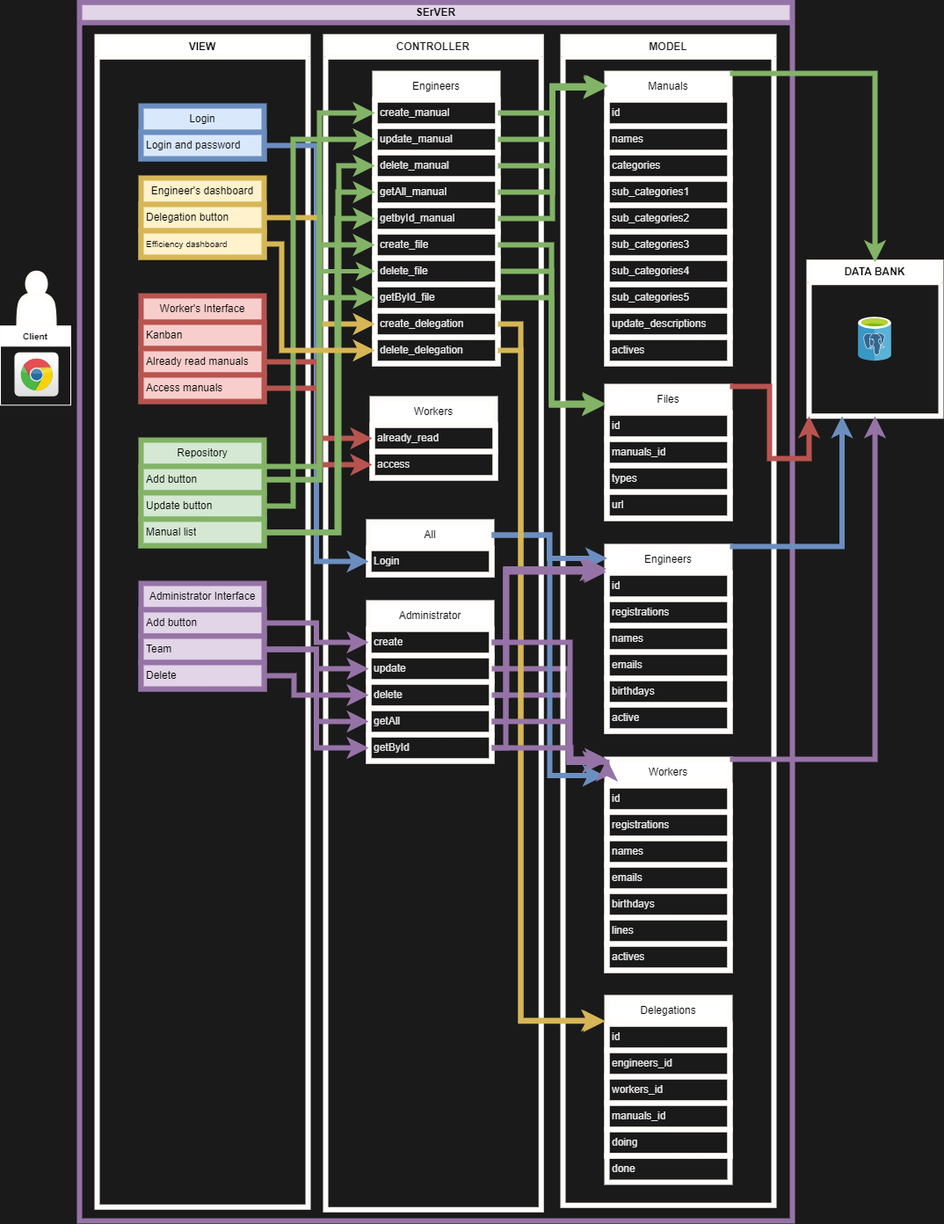
Earlier version of the draw.io export assets/arquitetura-mvc.png (Lucas-nepomuceno/arquitetura-dellaware). Source tidied: cells renumbered, new cells last; positions are measured from the earlier drawing's top-left corner, leaving out a move shared by most shapes.
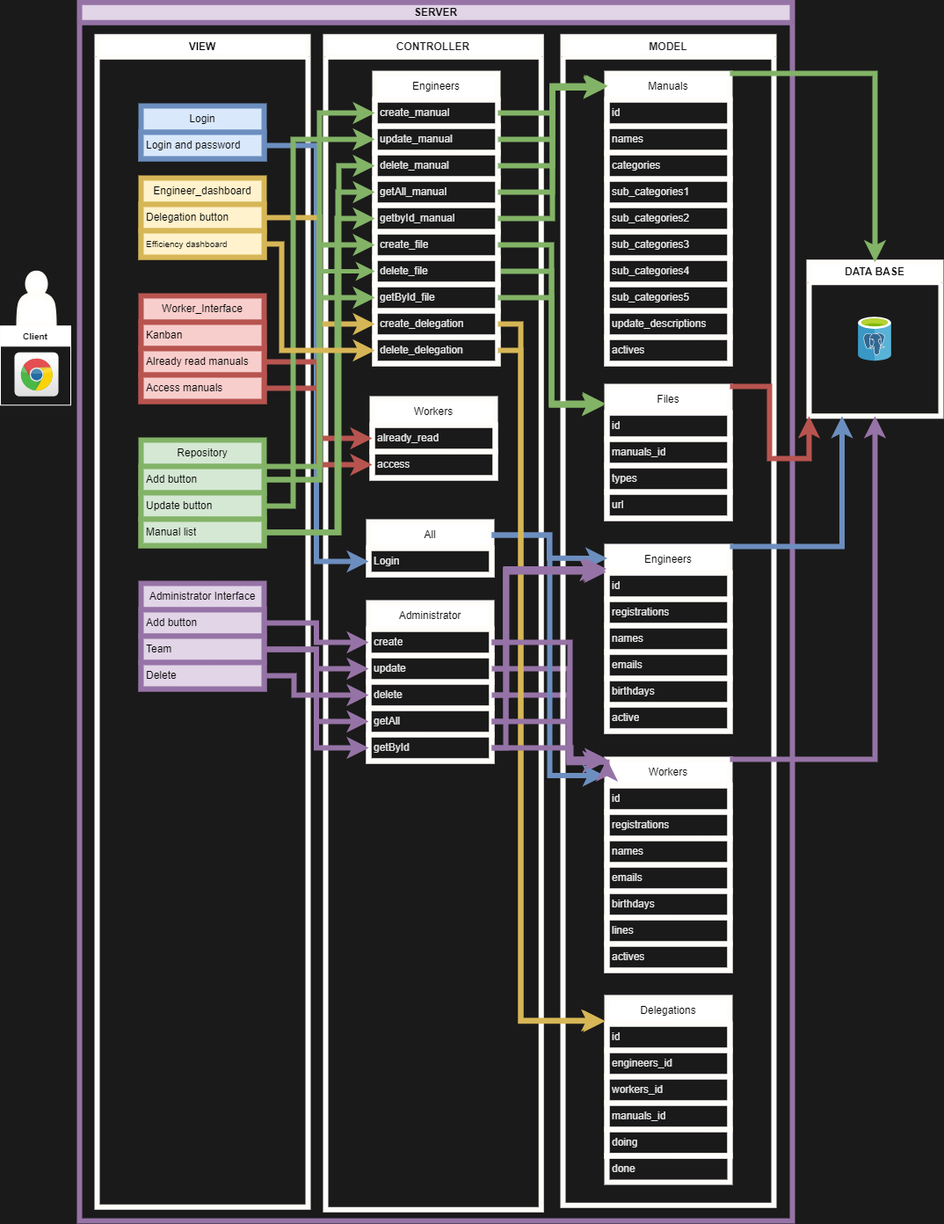
After the commit.

The edit, as a diff of the source:
```diff
@@ -11,7 +11,7 @@
     <mxCell id="4" value="&lt;font style=&quot;font-size: 10px;&quot;&gt;Client&lt;/font&gt;" style="swimlane;whiteSpace=wrap;html=1;strokeColor=#fffdfa;" parent="1" vertex="1">
       <mxGeometry y="368.2" width="80" height="90" as="geometry" />
     </mxCell>
-    <mxCell id="5" value="SErVER" style="swimlane;whiteSpace=wrap;html=1;strokeColor=#9673a6;strokeWidth=6;fillColor=#e1d5e7;" parent="1" vertex="1">
+    <mxCell id="5" value="SERVER" style="swimlane;whiteSpace=wrap;html=1;strokeColor=#9673a6;strokeWidth=6;fillColor=#e1d5e7;" parent="1" vertex="1">
       <mxGeometry x="90" y="0.2" width="811" height="1385.8" as="geometry" />
     </mxCell>
     <mxCell id="6" value="VIEW" style="swimlane;whiteSpace=wrap;html=1;strokeColor=#fffdfa;strokeWidth=6;" parent="5" vertex="1">
@@ -23,7 +23,7 @@
     <mxCell id="8" value="Login and password" style="text;strokeColor=#6c8ebf;fillColor=#dae8fc;align=left;verticalAlign=middle;spacingLeft=4;spacingRight=4;overflow=hidden;points=[[0,0.5],[1,0.5]];portConstraint=eastwest;whiteSpace=wrap;html=1;strokeWidth=6;" parent="7" vertex="1">
       <mxGeometry y="30" width="140" height="30" as="geometry" />
     </mxCell>
-    <mxCell id="9" value="Engineer's dashboard" style="swimlane;fontStyle=0;horizontal=1;startSize=30;whiteSpace=wrap;html=1;strokeColor=#d6b656;strokeWidth=6;fillColor=#fff2cc;" parent="6" vertex="1">
+    <mxCell id="9" value="Engineer_dashboard" style="swimlane;fontStyle=0;horizontal=1;startSize=30;whiteSpace=wrap;html=1;strokeColor=#d6b656;strokeWidth=6;fillColor=#fff2cc;" parent="6" vertex="1">
       <mxGeometry x="50" y="160.8" width="140" height="90" as="geometry" />
     </mxCell>
     <mxCell id="10" value="Delegation button" style="text;strokeColor=#d6b656;fillColor=#fff2cc;align=left;verticalAlign=middle;spacingLeft=4;spacingRight=4;overflow=hidden;points=[[0,0.5],[1,0.5]];portConstraint=eastwest;whiteSpace=wrap;html=1;strokeWidth=6;" parent="9" vertex="1">
@@ -32,7 +32,7 @@
     <mxCell id="11" value="Efficiency dashboard" style="text;strokeColor=#d6b656;fillColor=#fff2cc;align=left;verticalAlign=middle;spacingLeft=4;spacingRight=4;overflow=hidden;points=[[0,0.5],[1,0.5]];portConstraint=eastwest;whiteSpace=wrap;html=1;strokeWidth=6;fontSize=10;" parent="9" vertex="1">
       <mxGeometry y="60" width="140" height="30" as="geometry" />
     </mxCell>
-    <mxCell id="12" value="Worker's Interface" style="swimlane;fontStyle=0;horizontal=1;startSize=30;whiteSpace=wrap;html=1;strokeColor=#b85450;strokeWidth=6;fillColor=#f8cecc;" parent="6" vertex="1">
+    <mxCell id="12" value="Worker_Interface" style="swimlane;fontStyle=0;horizontal=1;startSize=30;whiteSpace=wrap;html=1;strokeColor=#b85450;strokeWidth=6;fillColor=#f8cecc;" parent="6" vertex="1">
       <mxGeometry x="50" y="294.8" width="140" height="120" as="geometry" />
     </mxCell>
     <mxCell id="13" value="Kanban" style="text;strokeColor=#b85450;fillColor=#f8cecc;align=left;verticalAlign=middle;spacingLeft=4;spacingRight=4;overflow=hidden;whiteSpace=wrap;html=1;strokeWidth=6;" parent="12" vertex="1">
@@ -494,7 +494,7 @@
         </Array>
       </mxGeometry>
     </mxCell>
-    <mxCell id="126" value="DATA BANK" style="swimlane;whiteSpace=wrap;html=1;strokeColor=#fffdfa;strokeWidth=6;" parent="1" vertex="1">
+    <mxCell id="126" value="DATA BASE" style="swimlane;whiteSpace=wrap;html=1;strokeColor=#fffdfa;strokeWidth=6;" parent="1" vertex="1">
       <mxGeometry x="920" y="295.7" width="150" height="175" as="geometry" />
     </mxCell>
     <mxCell id="127" style="image;sketch=0;html=1;align=center;fontSize=12;image=img/lib/mscae/Azure_Database_for_PostgreSQL_servers.svg;strokeColor=#fffdfa;strokeWidth=6;" parent="126" vertex="1">
```
